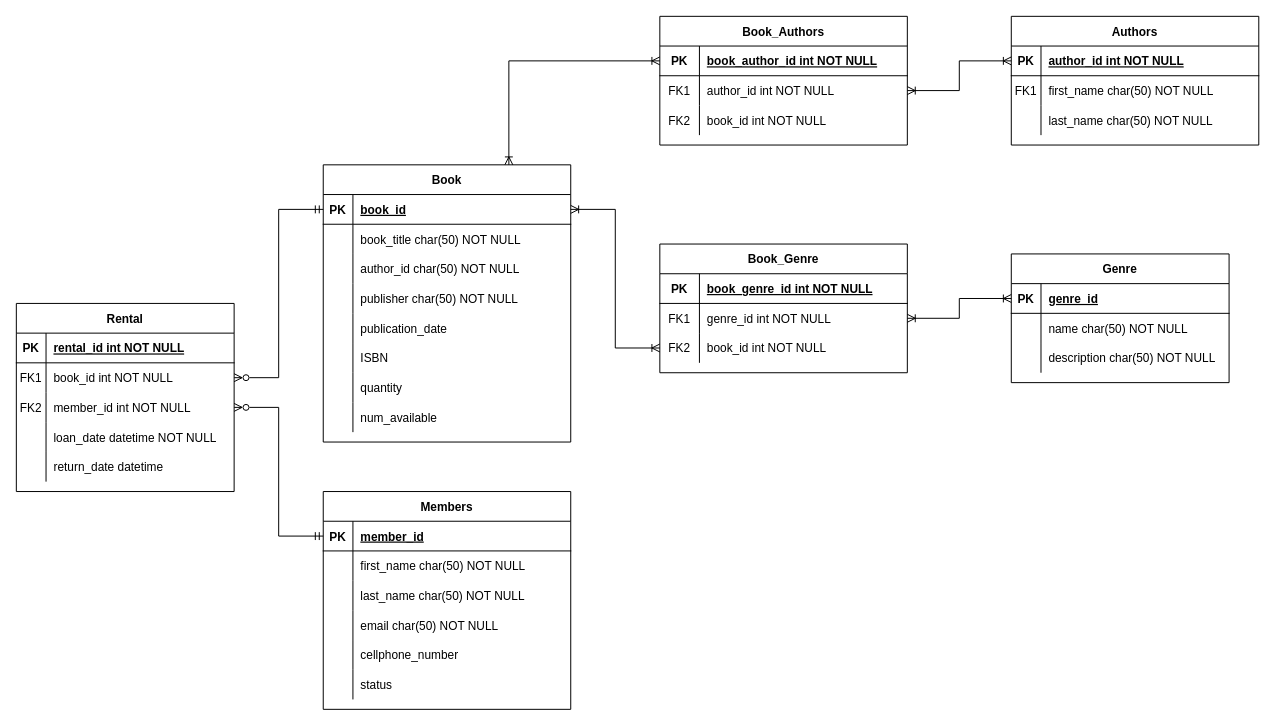
Before: resources/LMS.drawio in ThabangKubheka/First-Level-Up-SQL-Fundamentals-, a draw.io diagram. Source tidied: cells renumbered, new cells numbered last; positions are measured from the earlier drawing's top-left corner, leaving out a move shared by most shapes. Both pictures are drawn from the tidied source at 99%, with x=0, y=0 at pixel (16, 16).
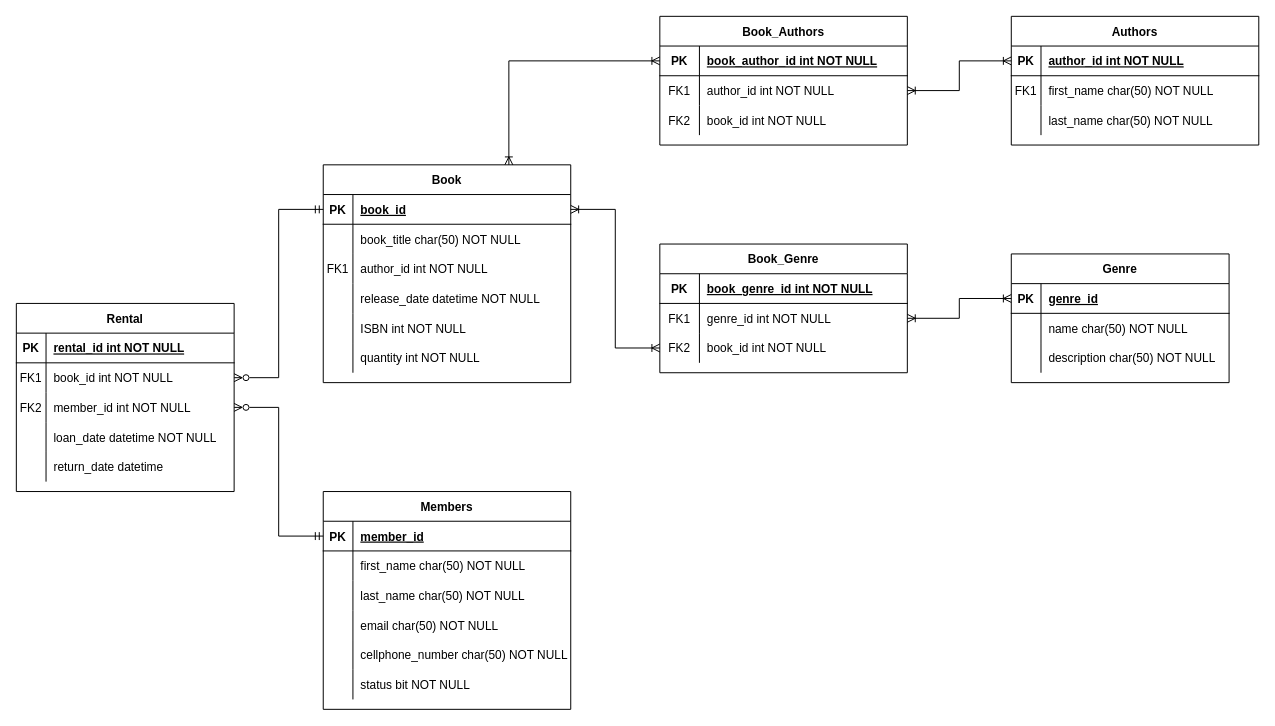
The same page after the edit.

Commit message:
Completed all entities for MVP.drawio

The change refers to these unchanged cells:
```xml
<mxCell id="19" style="shape=partialRectangle;fillColor=none;top=0;left=0;right=0;bottom=0;" parent="12" vertex="1">
  <mxGeometry y="90" width="250" height="30" as="geometry" />
</mxCell>
<mxCell id="50" style="shape=partialRectangle;fillColor=none;top=0;left=0;right=0;bottom=0;" parent="37" vertex="1">
  <mxGeometry y="150" width="250" height="30" as="geometry" />
</mxCell>
<mxCell id="53" style="shape=partialRectangle;fillColor=none;top=0;left=0;right=0;bottom=0;" parent="37" vertex="1">
  <mxGeometry y="180" width="250" height="30" as="geometry" />
</mxCell>
```

Diff of the diagram source:
```diff
@@
     <mxCell id="12" value="Book" style="shape=table;startSize=30;childLayout=tableLayout;rowLines=0;fontStyle=1;align=center;" parent="1" vertex="1">
-      <mxGeometry x="310" y="150" width="250" height="280" as="geometry" />
+      <mxGeometry x="310" y="150" width="250" height="220" as="geometry" />
     </mxCell>
@@
-    <mxCell id="20" style="shape=partialRectangle;overflow=hidden;fillColor=none;top=0;left=0;bottom=0;right=0;" parent="19" vertex="1">
+    <mxCell id="20" value="FK1" style="shape=partialRectangle;overflow=hidden;fillColor=none;top=0;left=0;bottom=0;right=0;" parent="19" vertex="1">
       <mxGeometry width="30" height="30" as="geometry" />
     </mxCell>
-    <mxCell id="21" value="author_id char(50) NOT NULL" style="shape=partialRectangle;overflow=hidden;fillColor=none;top=0;left=0;bottom=0;right=0;align=left;spacingLeft=6;" parent="19" vertex="1">
+    <mxCell id="21" value="author_id int NOT NULL" style="shape=partialRectangle;overflow=hidden;fillColor=none;top=0;left=0;bottom=0;right=0;align=left;spacingLeft=6;" parent="19" vertex="1">
       <mxGeometry x="30" width="220" height="30" as="geometry" />
     </mxCell>
-    <mxCell id="22" style="shape=partialRectangle;fillColor=none;top=0;left=0;right=0;bottom=0;" parent="12" vertex="1">
-      <mxGeometry y="120" width="250" height="30" as="geometry" />
-    </mxCell>
-    <mxCell id="23" style="shape=partialRectangle;overflow=hidden;fillColor=none;top=0;left=0;bottom=0;right=0;" parent="22" vertex="1">
-      <mxGeometry width="30" height="30" as="geometry" />
-    </mxCell>
-    <mxCell id="24" value="publisher char(50) NOT NULL" style="shape=partialRectangle;overflow=hidden;fillColor=none;top=0;left=0;bottom=0;right=0;align=left;spacingLeft=6;" parent="22" vertex="1">
-      <mxGeometry x="30" width="220" height="30" as="geometry" />
-    </mxCell>
     <mxCell id="25" style="shape=partialRectangle;fillColor=none;top=0;left=0;right=0;bottom=0;" parent="12" vertex="1">
-      <mxGeometry y="150" width="250" height="30" as="geometry" />
+      <mxGeometry y="120" width="250" height="30" as="geometry" />
     </mxCell>
@@
-    <mxCell id="27" value="publication_date" style="shape=partialRectangle;overflow=hidden;fillColor=none;top=0;left=0;bottom=0;right=0;align=left;spacingLeft=6;" parent="25" vertex="1">
+    <mxCell id="27" value="release_date datetime NOT NULL" style="shape=partialRectangle;overflow=hidden;fillColor=none;top=0;left=0;bottom=0;right=0;align=left;spacingLeft=6;" parent="25" vertex="1">
       <mxGeometry x="30" width="220" height="30" as="geometry" />
     </mxCell>
     <mxCell id="28" style="shape=partialRectangle;fillColor=none;top=0;left=0;right=0;bottom=0;" parent="12" vertex="1">
-      <mxGeometry y="180" width="250" height="30" as="geometry" />
+      <mxGeometry y="150" width="250" height="30" as="geometry" />
     </mxCell>
@@
-    <mxCell id="30" value="ISBN" style="shape=partialRectangle;overflow=hidden;fillColor=none;top=0;left=0;bottom=0;right=0;align=left;spacingLeft=6;" parent="28" vertex="1">
+    <mxCell id="30" value="ISBN int NOT NULL" style="shape=partialRectangle;overflow=hidden;fillColor=none;top=0;left=0;bottom=0;right=0;align=left;spacingLeft=6;" parent="28" vertex="1">
       <mxGeometry x="30" width="220" height="30" as="geometry" />
     </mxCell>
     <mxCell id="31" style="shape=partialRectangle;fillColor=none;top=0;left=0;right=0;bottom=0;" parent="12" vertex="1">
-      <mxGeometry y="210" width="250" height="30" as="geometry" />
+      <mxGeometry y="180" width="250" height="30" as="geometry" />
     </mxCell>
@@
-    <mxCell id="33" value="quantity" style="shape=partialRectangle;overflow=hidden;fillColor=none;top=0;left=0;bottom=0;right=0;align=left;spacingLeft=6;" parent="31" vertex="1">
+    <mxCell id="33" value="quantity int NOT NULL" style="shape=partialRectangle;overflow=hidden;fillColor=none;top=0;left=0;bottom=0;right=0;align=left;spacingLeft=6;" parent="31" vertex="1">
       <mxGeometry x="30" width="220" height="30" as="geometry" />
     </mxCell>
-    <mxCell id="34" style="shape=partialRectangle;fillColor=none;top=0;left=0;right=0;bottom=0;" parent="12" vertex="1">
-      <mxGeometry y="240" width="250" height="30" as="geometry" />
-    </mxCell>
-    <mxCell id="35" style="shape=partialRectangle;overflow=hidden;fillColor=none;top=0;left=0;bottom=0;right=0;" parent="34" vertex="1">
-      <mxGeometry width="30" height="30" as="geometry" />
-    </mxCell>
-    <mxCell id="36" value="num_available" style="shape=partialRectangle;overflow=hidden;fillColor=none;top=0;left=0;bottom=0;right=0;align=left;spacingLeft=6;" parent="34" vertex="1">
-      <mxGeometry x="30" width="220" height="30" as="geometry" />
-    </mxCell>
@@
-    <mxCell id="52" value="cellphone_number" style="shape=partialRectangle;overflow=hidden;fillColor=none;top=0;left=0;bottom=0;right=0;align=left;spacingLeft=6;" parent="50" vertex="1">
+    <mxCell id="52" value="cellphone_number char(50) NOT NULL" style="shape=partialRectangle;overflow=hidden;fillColor=none;top=0;left=0;bottom=0;right=0;align=left;spacingLeft=6;" parent="50" vertex="1">
       <mxGeometry x="30" width="220" height="30" as="geometry" />
     </mxCell>
@@
-    <mxCell id="55" value="status" style="shape=partialRectangle;overflow=hidden;fillColor=none;top=0;left=0;bottom=0;right=0;align=left;spacingLeft=6;" parent="53" vertex="1">
+    <mxCell id="55" value="status bit NOT NULL" style="shape=partialRectangle;overflow=hidden;fillColor=none;top=0;left=0;bottom=0;right=0;align=left;spacingLeft=6;" parent="53" vertex="1">
       <mxGeometry x="30" width="220" height="30" as="geometry" />
     </mxCell>
```
